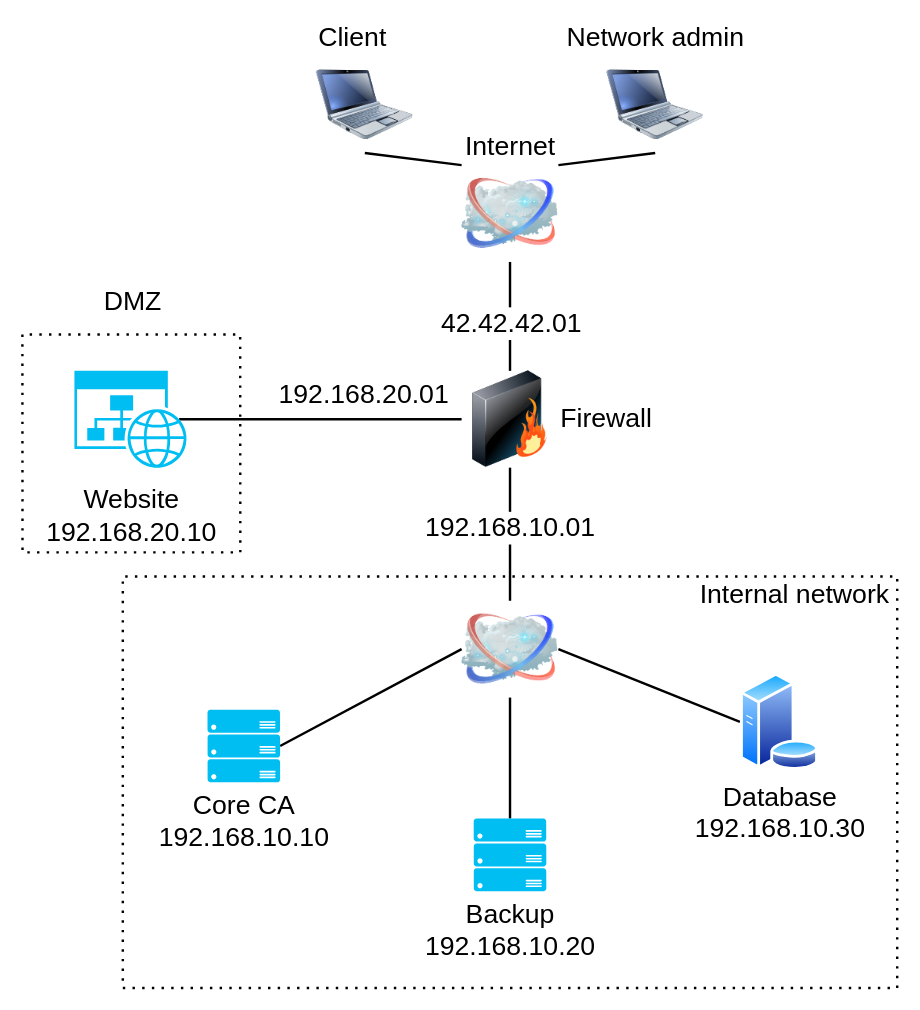
This is report_material/ASL-architecture.drawio from Dreyvor/ASL-RuntimeTerror, a draw.io file, before an edit. Source tidied: cells renumbered, new cells numbered last; positions are measured from the earlier drawing's top-left corner, leaving out a move shared by most shapes. Both pictures are drawn from the tidied source at 121%, with x=0, y=0 at pixel (22, 56).
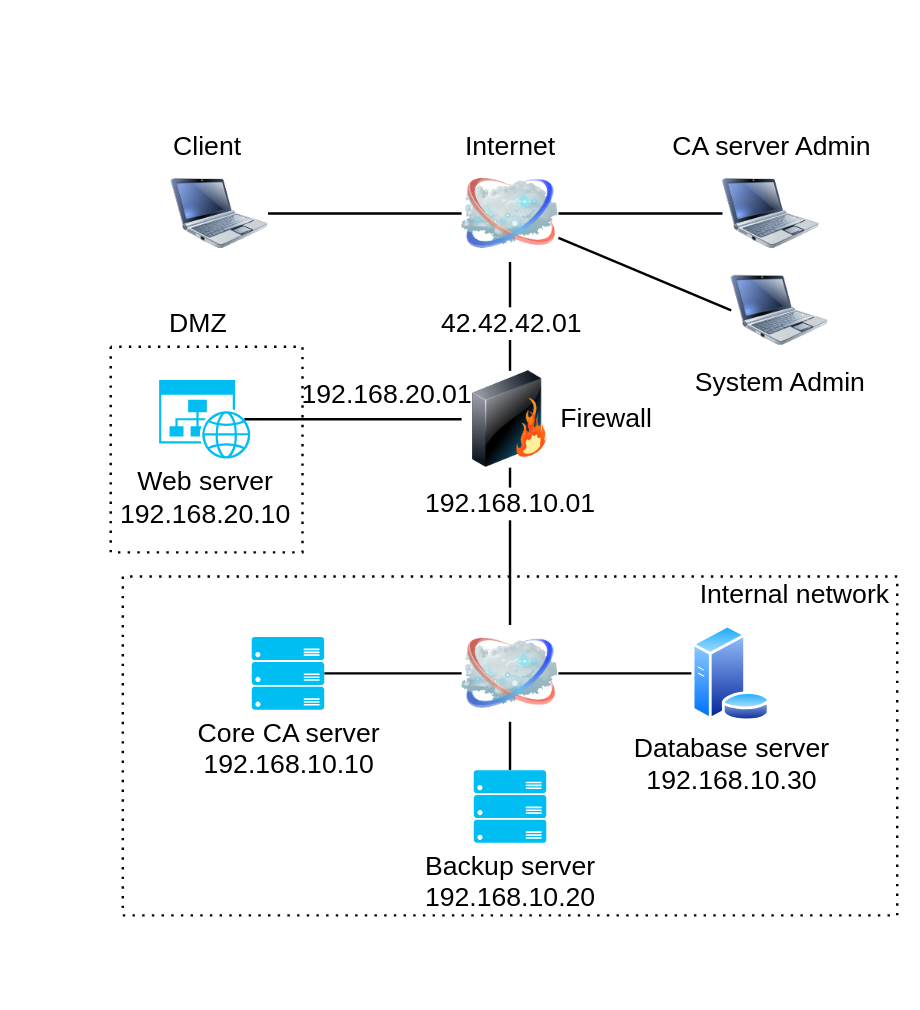
Above is the later version.

Commit message (it also covers changes not shown here):
Modify Architecture details

Unchanged cells that the change refers to:
```xml
<mxCell id="7" value="Internet" style="image;html=1;labelBackgroundColor=#ffffff;image=img/lib/clip_art/networking/Cloud_128x128.png;rounded=1;shadow=0;comic=0;strokeWidth=2;fontSize=22;labelPosition=center;verticalLabelPosition=top;align=center;verticalAlign=bottom;" parent="1" vertex="1">
  <mxGeometry x="363" y="90" width="80" height="80" as="geometry" />
</mxCell>
<mxCell id="11" value="Firewall" style="image;html=1;labelBackgroundColor=#ffffff;image=img/lib/clip_art/networking/Firewall_128x128.png;rounded=1;shadow=0;comic=0;strokeWidth=2;fontSize=22;labelPosition=right;verticalLabelPosition=middle;align=left;verticalAlign=middle;" parent="1" vertex="1">
  <mxGeometry x="363" y="260" width="80" height="80" as="geometry" />
</mxCell>
```

What changed in the source:
```diff
@@
     <mxCell id="2" style="edgeStyle=none;rounded=0;jettySize=auto;html=1;exitX=0.5;exitY=1;exitDx=0;exitDy=0;entryX=0.5;entryY=0;entryDx=0;entryDy=0;entryPerimeter=0;fontSize=22;endArrow=none;endFill=0;strokeWidth=2;" parent="1" edge="1" target="18">
       <mxGeometry x="0.5" relative="1" as="geometry">
-        <mxPoint x="403" y="530" as="sourcePoint" />
+        <mxPoint x="403" y="550" as="sourcePoint" />
       </mxGeometry>
     </mxCell>
     <mxCell id="3" style="edgeStyle=none;rounded=0;jettySize=auto;html=1;exitX=1;exitY=0.5;exitDx=0;exitDy=0;entryX=0;entryY=0.5;entryDx=0;entryDy=0;fontSize=22;endArrow=none;endFill=0;strokeWidth=2;" parent="1" edge="1" target="17">
       <mxGeometry x="0.29" y="5" relative="1" as="geometry">
-        <mxPoint x="443" y="490" as="sourcePoint" />
+        <mxPoint x="443" y="510" as="sourcePoint" />
       </mxGeometry>
     </mxCell>
     <mxCell id="4" style="edgeStyle=none;rounded=0;jettySize=auto;html=1;exitX=0;exitY=0.5;exitDx=0;exitDy=0;entryX=1;entryY=0.5;entryDx=0;entryDy=0;entryPerimeter=0;fontSize=22;endArrow=none;endFill=0;strokeWidth=2;" parent="1" edge="1" target="19">
       <mxGeometry x="0.21" y="2" relative="1" as="geometry">
-        <mxPoint x="363" y="490" as="sourcePoint" />
+        <mxPoint x="363" y="510" as="sourcePoint" />
       </mxGeometry>
     </mxCell>
-    <mxCell id="5" value="192.168.10.01" style="edgeStyle=none;rounded=0;jettySize=auto;html=1;exitX=0.5;exitY=0;exitDx=0;exitDy=0;entryX=0.5;entryY=1;entryDx=0;entryDy=0;fontFamily=Helvetica;fontSize=22;endArrow=none;endFill=0;strokeWidth=2;verticalAlign=middle;" parent="1" edge="1" target="11">
-      <mxGeometry x="0.09" relative="1" as="geometry">
-        <mxPoint x="403" y="450" as="sourcePoint" />
-      </mxGeometry>
+    <mxCell id="5" value="192.168.10.01" style="edgeStyle=none;rounded=0;jettySize=auto;html=1;exitX=0.5;exitY=0;exitDx=0;exitDy=0;entryX=0.5;entryY=1;entryDx=0;entryDy=0;fontFamily=Helvetica;fontSize=22;endArrow=none;endFill=0;strokeWidth=2;verticalAlign=middle;" parent="1" edge="1" source="21" target="11">
+      <mxGeometry x="0.54" relative="1" as="geometry" />
     </mxCell>
-    <mxCell id="6" style="rounded=0;jettySize=auto;html=1;exitX=1;exitY=0;exitDx=0;exitDy=0;entryX=0.5;entryY=1;entryDx=0;entryDy=0;fontSize=22;endArrow=none;endFill=0;strokeWidth=2;" parent="1" edge="1" source="7" target="14">
+    <mxCell id="6" style="rounded=0;jettySize=auto;html=1;exitX=1;exitY=0.75;exitDx=0;exitDy=0;entryX=0;entryY=0.5;entryDx=0;entryDy=0;fontSize=22;endArrow=none;endFill=0;strokeWidth=2;" parent="1" edge="1" source="7" target="14">
       <mxGeometry relative="1" as="geometry" />
     </mxCell>
+    <mxCell id="13" style="rounded=0;jettySize=auto;html=1;exitX=0;exitY=0.5;exitDx=0;exitDy=0;entryX=1;entryY=0.5;entryDx=0;entryDy=0;endArrow=none;endFill=0;strokeWidth=2;" parent="1" edge="1" source="7" target="12">
+      <mxGeometry relative="1" as="geometry" />
+    </mxCell>
@@
     <mxCell id="12" value="&lt;div&gt;Client&lt;/div&gt;" style="image;html=1;labelBackgroundColor=#ffffff;image=img/lib/clip_art/computers/Netbook_128x128.png;rounded=1;shadow=0;comic=0;strokeColor=#000000;strokeWidth=2;fillColor=#FFFFFF;fontSize=22;fontColor=#000000;labelPosition=center;verticalLabelPosition=top;align=left;verticalAlign=bottom;" parent="1" vertex="1">
-      <mxGeometry x="243" width="80" height="80" as="geometry" />
+      <mxGeometry x="123" y="90" width="80" height="80" as="geometry" />
     </mxCell>
-    <mxCell id="13" style="edgeStyle=none;rounded=0;html=1;labelBackgroundColor=none;endArrow=none;strokeWidth=2;fontFamily=Verdana;fontSize=22;entryX=0.5;entryY=1;entryDx=0;entryDy=0;exitX=0;exitY=0;exitDx=0;exitDy=0;" parent="1" edge="1" source="7" target="12">
-      <mxGeometry relative="1" as="geometry" />
-    </mxCell>
-    <mxCell id="14" value="Network admin" style="image;html=1;labelBackgroundColor=#ffffff;image=img/lib/clip_art/computers/Netbook_128x128.png;rounded=1;shadow=0;comic=0;strokeColor=#000000;strokeWidth=2;fillColor=#FFFFFF;fontSize=22;fontColor=#000000;labelPosition=center;verticalLabelPosition=top;align=center;verticalAlign=bottom;" parent="1" vertex="1">
-      <mxGeometry x="483" width="80" height="80" as="geometry" />
+    <mxCell id="14" value="System Admin" style="image;html=1;labelBackgroundColor=#ffffff;image=img/lib/clip_art/computers/Netbook_128x128.png;rounded=1;shadow=0;comic=0;strokeColor=#000000;strokeWidth=2;fillColor=#FFFFFF;fontSize=22;fontColor=#000000;labelPosition=center;verticalLabelPosition=bottom;align=center;verticalAlign=top;" parent="1" vertex="1">
+      <mxGeometry x="585.8" y="170" width="80" height="80" as="geometry" />
     </mxCell>
     <mxCell id="15" style="endArrow=none;dashed=1;html=1;dashPattern=1 3;strokeWidth=2;rounded=0;fontSize=22;" parent="1" edge="1">
       <mxGeometry relative="1" as="geometry">
-        <mxPoint y="230" as="sourcePoint" />
-        <mxPoint y="230" as="targetPoint" />
+        <mxPoint x="73" y="240" as="sourcePoint" />
+        <mxPoint x="73" y="240" as="targetPoint" />
         <Array as="points">
-          <mxPoint x="0.1" y="410" />
-          <mxPoint x="180.1" y="410" />
-          <mxPoint x="180" y="230" />
+          <mxPoint x="73" y="410" />
+          <mxPoint x="231.5" y="410" />
+          <mxPoint x="231.5" y="240" />
         </Array>
       </mxGeometry>
     </mxCell>
     <mxCell id="16" value="DMZ" style="edgeLabel;html=1;align=center;verticalAlign=middle;fontSize=22;" parent="15" vertex="1">
       <mxGeometry x="0.04" relative="1" as="geometry">
-        <mxPoint x="-90" y="-194" as="offset" />
+        <mxPoint x="-87" y="-176" as="offset" />
       </mxGeometry>
     </mxCell>
-    <mxCell id="17" value="&lt;div&gt;Database&lt;/div&gt;&lt;div&gt;192.168.10.30&lt;/div&gt;" style="perimeter=ellipsePerimeter;html=1;align=center;shadow=0;dashed=0;spacingTop=3;image;image=img/lib/active_directory/database_server.svg;rounded=1;labelBackgroundColor=#ffffff;comic=0;fontSize=22;strokeWidth=2;fillColor=#FFFFFF;" parent="1" vertex="1">
-      <mxGeometry x="593" y="510" width="65.6" height="80" as="geometry" />
+    <mxCell id="17" value="&lt;div&gt;Database server&lt;br&gt;&lt;/div&gt;&lt;div&gt;192.168.10.30&lt;/div&gt;" style="perimeter=ellipsePerimeter;html=1;align=center;shadow=0;dashed=0;spacingTop=3;image;image=img/lib/active_directory/database_server.svg;rounded=1;labelBackgroundColor=#ffffff;comic=0;fontSize=22;strokeWidth=2;fillColor=#FFFFFF;" parent="1" vertex="1">
+      <mxGeometry x="553" y="470" width="65.6" height="80" as="geometry" />
     </mxCell>
-    <mxCell id="18" value="&lt;div&gt;Backup&lt;br&gt;&lt;/div&gt;&lt;div&gt;192.168.10.20&lt;/div&gt;" style="verticalLabelPosition=bottom;html=1;verticalAlign=top;align=center;strokeColor=none;fillColor=#00BEF2;shape=mxgraph.azure.server_rack;rounded=1;shadow=0;labelBackgroundColor=#ffffff;comic=0;fontSize=22;" parent="1" vertex="1">
-      <mxGeometry x="373" y="630" width="60" height="60" as="geometry" />
+    <mxCell id="18" value="&lt;div&gt;Backup server&lt;br&gt;&lt;/div&gt;&lt;div&gt;192.168.10.20&lt;/div&gt;" style="verticalLabelPosition=bottom;html=1;verticalAlign=top;align=center;strokeColor=none;fillColor=#00BEF2;shape=mxgraph.azure.server_rack;rounded=1;shadow=0;labelBackgroundColor=#ffffff;comic=0;fontSize=22;" parent="1" vertex="1">
+      <mxGeometry x="373" y="590" width="60" height="60" as="geometry" />
     </mxCell>
-    <mxCell id="19" value="&lt;div&gt;Core CA&lt;/div&gt;&lt;div&gt;192.168.10.10&lt;/div&gt;" style="verticalLabelPosition=bottom;html=1;verticalAlign=top;align=center;strokeColor=none;fillColor=#00BEF2;shape=mxgraph.azure.server_rack;rounded=1;shadow=0;labelBackgroundColor=#ffffff;comic=0;fontSize=22;" parent="1" vertex="1">
-      <mxGeometry x="153" y="540" width="60" height="60" as="geometry" />
+    <mxCell id="19" value="&lt;div&gt;Core CA server&lt;br&gt;&lt;/div&gt;&lt;div&gt;192.168.10.10&lt;/div&gt;" style="verticalLabelPosition=bottom;html=1;verticalAlign=top;align=center;strokeColor=none;fillColor=#00BEF2;shape=mxgraph.azure.server_rack;rounded=1;shadow=0;labelBackgroundColor=#ffffff;comic=0;fontSize=22;" parent="1" vertex="1">
+      <mxGeometry x="189.5" y="480" width="60" height="60" as="geometry" />
     </mxCell>
-    <mxCell id="20" value="&lt;div&gt;Website&lt;/div&gt;&lt;div&gt;192.168.20.10&lt;/div&gt;" style="verticalLabelPosition=bottom;html=1;verticalAlign=middle;align=center;strokeColor=none;fillColor=#00BEF2;shape=mxgraph.azure.website_generic;rounded=1;shadow=0;labelBackgroundColor=#ffffff;comic=0;fontSize=22;" parent="1" vertex="1">
-      <mxGeometry x="43" y="260" width="94.1" height="80" as="geometry" />
+    <mxCell id="20" value="&lt;div&gt;Web server&lt;br&gt;&lt;/div&gt;&lt;div&gt;192.168.20.10&lt;/div&gt;" style="verticalLabelPosition=bottom;html=1;verticalAlign=middle;align=center;strokeColor=none;fillColor=#00BEF2;shape=mxgraph.azure.website_generic;rounded=1;shadow=0;labelBackgroundColor=#ffffff;comic=0;fontSize=22;" parent="1" vertex="1">
+      <mxGeometry x="113" y="267.5" width="76.5" height="65" as="geometry" />
     </mxCell>
     <mxCell id="21" style="image;html=1;labelBackgroundColor=default;image=img/lib/clip_art/networking/Cloud_128x128.png;rounded=1;shadow=0;comic=0;strokeWidth=2;fontSize=22;labelPosition=left;verticalLabelPosition=bottom;align=right;verticalAlign=top;labelBorderColor=none;whiteSpace=wrap;" parent="1" vertex="1">
-      <mxGeometry x="363" y="450" width="80" height="80" as="geometry" />
+      <mxGeometry x="363" y="470" width="80" height="80" as="geometry" />
     </mxCell>
     <mxCell id="22" style="endArrow=none;dashed=1;html=1;dashPattern=1 3;strokeWidth=2;rounded=0;fontFamily=Helvetica;fontSize=22;verticalAlign=middle;" parent="1" edge="1">
       <mxGeometry relative="1" as="geometry">
-        <mxPoint x="83" y="770" as="sourcePoint" />
-        <mxPoint x="83" y="770" as="targetPoint" />
+        <mxPoint x="83" y="710" as="sourcePoint" />
+        <mxPoint x="83" y="710" as="targetPoint" />
         <Array as="points">
-          <mxPoint x="723" y="770" />
+          <mxPoint x="723" y="710" />
           <mxPoint x="723" y="430" />
           <mxPoint x="83" y="430" />
         </Array>
       </mxGeometry>
     </mxCell>
@@
+    <mxCell id="24" style="edgeStyle=none;rounded=0;jettySize=auto;html=1;exitX=0;exitY=0.5;exitDx=0;exitDy=0;entryX=1;entryY=0.5;entryDx=0;entryDy=0;endArrow=none;endFill=0;strokeWidth=2;" parent="1" edge="1" source="25" target="7">
+      <mxGeometry relative="1" as="geometry" />
+    </mxCell>
+    <mxCell id="25" value="CA server Admin" style="image;html=1;labelBackgroundColor=#ffffff;image=img/lib/clip_art/computers/Netbook_128x128.png;rounded=1;shadow=0;comic=0;strokeColor=#000000;strokeWidth=2;fillColor=#FFFFFF;fontSize=22;fontColor=#000000;labelPosition=center;verticalLabelPosition=top;align=center;verticalAlign=bottom;" parent="1" vertex="1">
+      <mxGeometry x="578.6" y="90" width="80" height="80" as="geometry" />
+    </mxCell>
```
